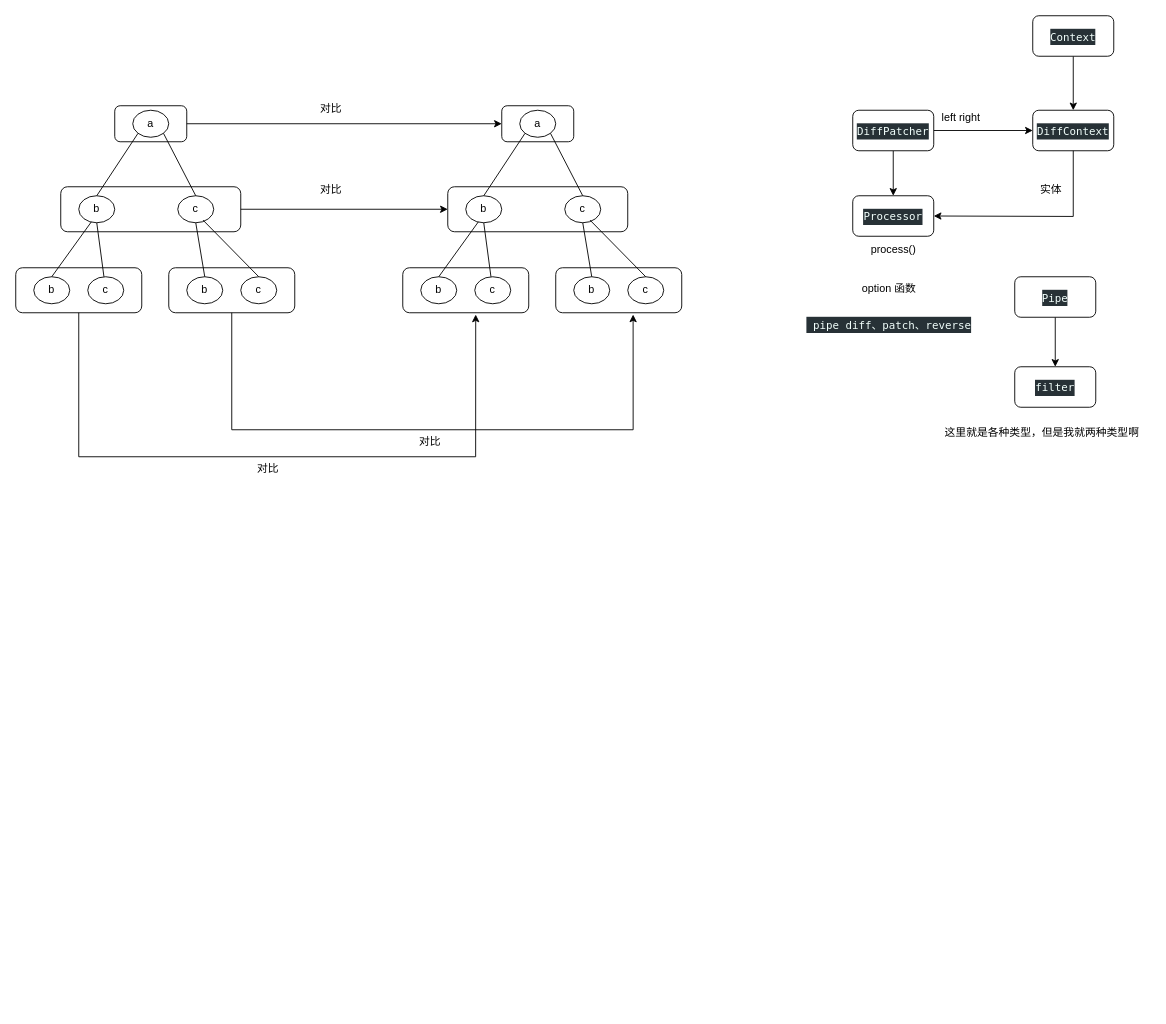
Above: 协同编辑.drawio in yuxinyu12345/diagrams (draw.io), before the change. Source tidied: cells renumbered, new cells numbered last; positions are measured from the earlier drawing's top-left corner, leaving out a move shared by most shapes. Both pictures are drawn from the tidied source at 90%, with x=0, y=0 at pixel (15, 15).
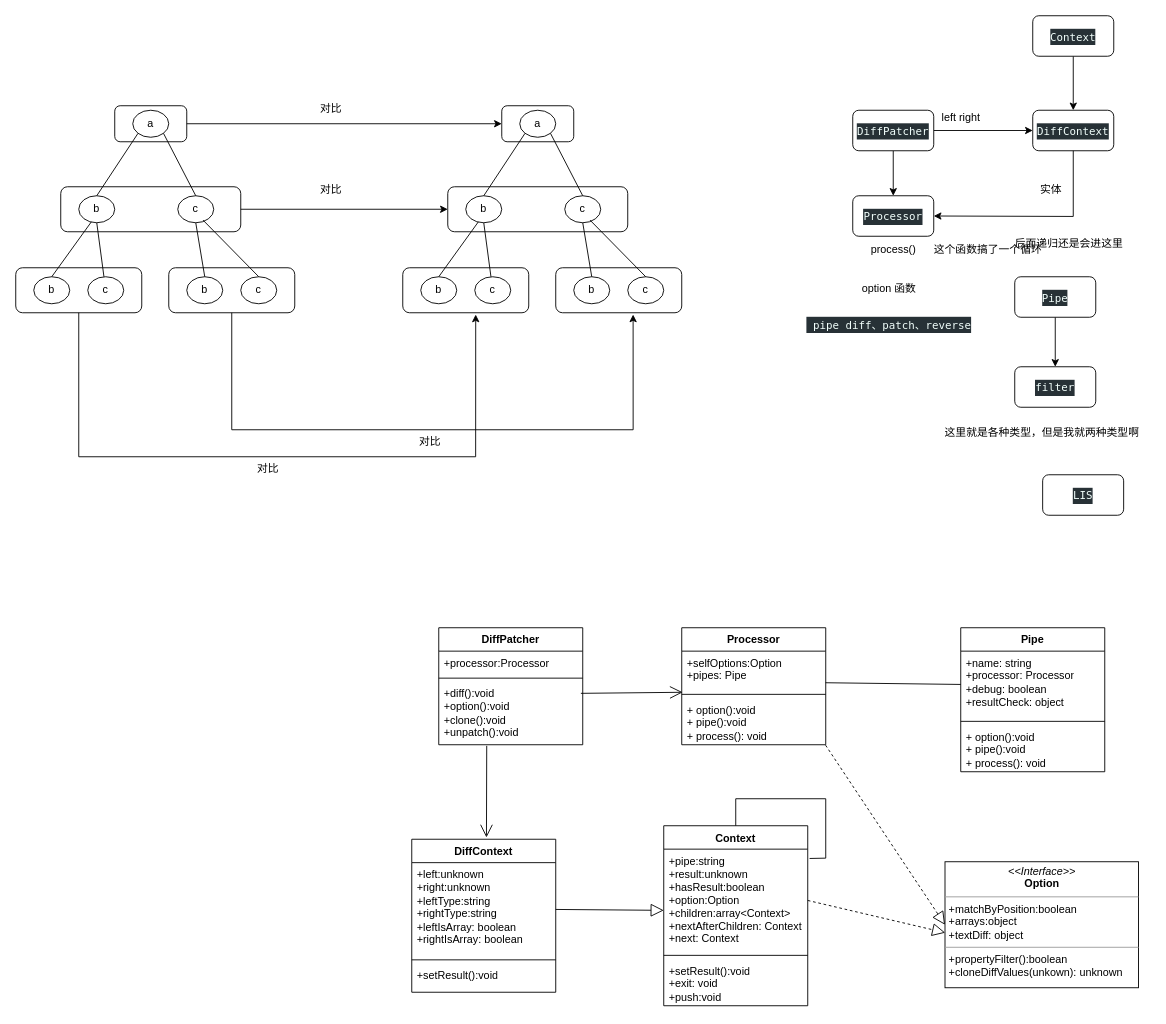
The same page after the edit.

Commit message:
更新协同编辑.drawio

What changed in the source:
```diff
@@
+    <mxCell id="61" value="这个函数搞了一个循环" style="text;html=1;align=center;verticalAlign=middle;strokeColor=none;fillColor=none;" parent="1" vertex="1">
+      <mxGeometry x="1010" y="245" width="140" height="30" as="geometry" />
+    </mxCell>
+    <mxCell id="62" value="后面递归还是会进这里" style="text;html=1;align=center;verticalAlign=middle;strokeColor=none;fillColor=none;" parent="1" vertex="1">
+      <mxGeometry x="1100" y="238" width="140" height="30" as="geometry" />
+    </mxCell>
+    <mxCell id="63" value="&lt;div style=&quot;color: rgb(242, 255, 252); background-color: rgb(39, 49, 54); font-family: Menlo, Monaco, &amp;quot;Courier New&amp;quot;, monospace; line-height: 18px;&quot;&gt;&lt;div style=&quot;line-height: 18px;&quot;&gt;&lt;div style=&quot;line-height: 18px;&quot;&gt;LIS&lt;/div&gt;&lt;/div&gt;&lt;/div&gt;" style="rounded=1;whiteSpace=wrap;html=1;" parent="1" vertex="1">
+      <mxGeometry x="1141" y="510" width="90" height="45" as="geometry" />
+    </mxCell>
+    <mxCell id="64" value="DiffPatcher" style="swimlane;fontStyle=1;align=center;verticalAlign=top;horizontal=1;startSize=26;whiteSpace=wrap;html=1;" parent="1" vertex="1">
+      <mxGeometry x="470" y="680" width="160" height="130" as="geometry" />
+    </mxCell>
+    <mxCell id="65" value="+processor:Processor" style="text;strokeColor=none;fillColor=none;align=left;verticalAlign=top;spacingLeft=4;spacingRight=4;overflow=hidden;whiteSpace=wrap;html=1;" parent="64" vertex="1">
+      <mxGeometry y="26" width="160" height="26" as="geometry" />
+    </mxCell>
+    <mxCell id="66" style="line;strokeWidth=1;fillColor=none;align=left;verticalAlign=middle;spacingTop=-1;spacingLeft=3;spacingRight=3;labelPosition=right;strokeColor=inherit;" parent="64" vertex="1">
+      <mxGeometry y="52" width="160" height="8" as="geometry" />
+    </mxCell>
+    <mxCell id="67" value="+diff():void&lt;br&gt;+option():void&lt;br&gt;+clone():void&lt;br&gt;+unpatch():void" style="text;strokeColor=none;fillColor=none;align=left;verticalAlign=top;spacingLeft=4;spacingRight=4;overflow=hidden;points=[[0,0.5],[1,0.5]];portConstraint=eastwest;whiteSpace=wrap;html=1;" parent="64" vertex="1">
+      <mxGeometry y="60" width="160" height="70" as="geometry" />
+    </mxCell>
+    <mxCell id="68" value="Processor" style="swimlane;fontStyle=1;align=center;verticalAlign=top;horizontal=1;startSize=26;whiteSpace=wrap;html=1;" parent="1" vertex="1">
+      <mxGeometry x="740" y="680" width="160" height="130" as="geometry" />
+    </mxCell>
+    <mxCell id="69" value="+selfOptions:Option&lt;br&gt;+pipes&lt;span style=&quot;background-color: initial;&quot;&gt;:&amp;nbsp;&lt;/span&gt;Pipe" style="text;strokeColor=none;fillColor=none;align=left;verticalAlign=top;spacingLeft=4;spacingRight=4;overflow=hidden;points=[[0,0.5],[1,0.5]];portConstraint=eastwest;whiteSpace=wrap;html=1;" parent="68" vertex="1">
+      <mxGeometry y="26" width="160" height="44" as="geometry" />
+    </mxCell>
+    <mxCell id="70" style="line;strokeWidth=1;fillColor=none;align=left;verticalAlign=middle;spacingTop=-1;spacingLeft=3;spacingRight=3;labelPosition=right;points=[];portConstraint=eastwest;strokeColor=inherit;" parent="68" vertex="1">
+      <mxGeometry y="70" width="160" height="8" as="geometry" />
+    </mxCell>
+    <mxCell id="71" value="+ option():void&lt;br&gt;+ pipe&lt;span style=&quot;background-color: initial;&quot;&gt;():void&lt;/span&gt;&lt;br&gt;+ process&lt;span style=&quot;background-color: initial;&quot;&gt;(): void&lt;/span&gt;" style="text;strokeColor=none;fillColor=none;align=left;verticalAlign=top;spacingLeft=4;spacingRight=4;overflow=hidden;points=[[0,0.5],[1,0.5]];portConstraint=eastwest;whiteSpace=wrap;html=1;" parent="68" vertex="1">
+      <mxGeometry y="78" width="160" height="52" as="geometry" />
+    </mxCell>
+    <mxCell id="72" value="DiffContext" style="swimlane;fontStyle=1;align=center;verticalAlign=top;horizontal=1;startSize=26;whiteSpace=wrap;html=1;" parent="1" vertex="1">
+      <mxGeometry x="440" y="915" width="160" height="170" as="geometry" />
+    </mxCell>
+    <mxCell id="73" value="+left:unknown&lt;br&gt;+right&lt;span style=&quot;background-color: initial;&quot;&gt;:unknown&lt;/span&gt;&lt;br&gt;+leftType&lt;span style=&quot;background-color: initial;&quot;&gt;:string&lt;/span&gt;&lt;br&gt;+rightType:string&lt;br&gt;+leftIsArray: boolean&lt;br&gt;&lt;span style=&quot;border-color: var(--border-color); background-color: initial;&quot;&gt;+rightIsArray: boolean&lt;/span&gt;&lt;span style=&quot;background-color: initial;&quot;&gt;&lt;br&gt;&lt;/span&gt;" style="text;strokeColor=none;fillColor=none;align=left;verticalAlign=top;spacingLeft=4;spacingRight=4;overflow=hidden;points=[[0,0.5],[1,0.5]];portConstraint=eastwest;whiteSpace=wrap;html=1;" parent="72" vertex="1">
+      <mxGeometry y="26" width="160" height="104" as="geometry" />
+    </mxCell>
+    <mxCell id="74" style="line;strokeWidth=1;fillColor=none;align=left;verticalAlign=middle;spacingTop=-1;spacingLeft=3;spacingRight=3;labelPosition=right;strokeColor=inherit;" parent="72" vertex="1">
+      <mxGeometry y="130" width="160" height="8" as="geometry" />
+    </mxCell>
+    <mxCell id="75" value="+setResult&lt;span style=&quot;background-color: initial;&quot;&gt;():void&lt;/span&gt;&lt;br&gt;" style="text;strokeColor=none;fillColor=none;align=left;verticalAlign=top;spacingLeft=4;spacingRight=4;overflow=hidden;whiteSpace=wrap;html=1;" parent="72" vertex="1">
+      <mxGeometry y="138" width="160" height="32" as="geometry" />
+    </mxCell>
+    <mxCell id="76" value="Context" style="swimlane;fontStyle=1;align=center;verticalAlign=top;horizontal=1;startSize=26;whiteSpace=wrap;html=1;" parent="1" vertex="1">
+      <mxGeometry x="720" y="900" width="160" height="200" as="geometry" />
+    </mxCell>
+    <mxCell id="77" value="+pipe&lt;span style=&quot;background-color: initial;&quot;&gt;:string&lt;/span&gt;&lt;br&gt;+result&lt;span style=&quot;background-color: initial;&quot;&gt;:unknown&lt;/span&gt;&lt;br&gt;+hasResult:boolean&lt;br&gt;+option:Option&lt;br&gt;+children&lt;span style=&quot;background-color: initial;&quot;&gt;:array&amp;lt;Context&amp;gt;&lt;/span&gt;&lt;br&gt;&lt;span style=&quot;border-color: var(--border-color); background-color: initial;&quot;&gt;+nextAfterChildren: Context&lt;br&gt;&lt;/span&gt;&lt;span style=&quot;background-color: initial;&quot;&gt;+next: Context&lt;br&gt;&lt;/span&gt;" style="text;strokeColor=none;fillColor=none;align=left;verticalAlign=top;spacingLeft=4;spacingRight=4;overflow=hidden;points=[[0,0.5],[1,0.5]];portConstraint=eastwest;whiteSpace=wrap;html=1;" parent="76" vertex="1">
+      <mxGeometry y="26" width="160" height="114" as="geometry" />
+    </mxCell>
+    <mxCell id="78" style="line;strokeWidth=1;fillColor=none;align=left;verticalAlign=middle;spacingTop=-1;spacingLeft=3;spacingRight=3;labelPosition=right;strokeColor=inherit;" parent="76" vertex="1">
+      <mxGeometry y="140" width="160" height="8" as="geometry" />
+    </mxCell>
+    <mxCell id="79" value="+setResult&lt;span style=&quot;background-color: initial;&quot;&gt;():void&lt;br&gt;&lt;/span&gt;+exit: void&lt;br&gt;+push:void" style="text;strokeColor=none;fillColor=none;align=left;verticalAlign=top;spacingLeft=4;spacingRight=4;overflow=hidden;whiteSpace=wrap;html=1;" parent="76" vertex="1">
+      <mxGeometry y="148" width="160" height="52" as="geometry" />
+    </mxCell>
+    <mxCell id="80" style="endArrow=none;html=1;rounded=0;entryX=0.5;entryY=0;entryDx=0;entryDy=0;exitX=1.013;exitY=0.091;exitDx=0;exitDy=0;exitPerimeter=0;" parent="76" edge="1" source="77" target="76">
+      <mxGeometry relative="1" as="geometry">
+        <Array as="points">
+          <mxPoint x="180" y="36" />
+          <mxPoint x="180" y="-30" />
+          <mxPoint x="80" y="-30" />
+        </Array>
+      </mxGeometry>
+    </mxCell>
+    <mxCell id="81" value="Pipe" style="swimlane;fontStyle=1;align=center;verticalAlign=top;horizontal=1;startSize=26;whiteSpace=wrap;html=1;" parent="1" vertex="1">
+      <mxGeometry x="1050" y="680" width="160" height="160" as="geometry" />
+    </mxCell>
+    <mxCell id="82" value="+name: string&lt;br&gt;+processor&lt;span style=&quot;background-color: initial;&quot;&gt;:&lt;/span&gt;&amp;nbsp;Processor&lt;br&gt;+debug: boolean&lt;br&gt;+resultCheck: object" style="text;strokeColor=none;fillColor=none;align=left;verticalAlign=top;spacingLeft=4;spacingRight=4;overflow=hidden;points=[[0,0.5],[1,0.5]];portConstraint=eastwest;whiteSpace=wrap;html=1;" parent="81" vertex="1">
+      <mxGeometry y="26" width="160" height="74" as="geometry" />
+    </mxCell>
+    <mxCell id="83" style="line;strokeWidth=1;fillColor=none;align=left;verticalAlign=middle;spacingTop=-1;spacingLeft=3;spacingRight=3;labelPosition=right;strokeColor=inherit;" parent="81" vertex="1">
+      <mxGeometry y="100" width="160" height="8" as="geometry" />
+    </mxCell>
+    <mxCell id="84" value="+ option():void&lt;br&gt;+ pipe&lt;span style=&quot;background-color: initial;&quot;&gt;():void&lt;/span&gt;&lt;br&gt;+ process&lt;span style=&quot;background-color: initial;&quot;&gt;(): void&lt;/span&gt;" style="text;strokeColor=none;fillColor=none;align=left;verticalAlign=top;spacingLeft=4;spacingRight=4;overflow=hidden;whiteSpace=wrap;html=1;" parent="81" vertex="1">
+      <mxGeometry y="108" width="160" height="52" as="geometry" />
+    </mxCell>
+    <mxCell id="85" value="&lt;p style=&quot;margin:0px;margin-top:4px;text-align:center;&quot;&gt;&lt;i&gt;&amp;lt;&amp;lt;Interface&amp;gt;&amp;gt;&lt;/i&gt;&lt;br&gt;&lt;b&gt;Option&lt;/b&gt;&lt;/p&gt;&lt;hr size=&quot;1&quot;&gt;&lt;p style=&quot;margin:0px;margin-left:4px;&quot;&gt;+matchByPosition&lt;span style=&quot;background-color: initial;&quot;&gt;:boolean&lt;/span&gt;&lt;/p&gt;&lt;p style=&quot;margin:0px;margin-left:4px;&quot;&gt;+arrays&lt;span style=&quot;background-color: initial;&quot;&gt;:object&lt;/span&gt;&lt;/p&gt;&lt;p style=&quot;margin:0px;margin-left:4px;&quot;&gt;&lt;span style=&quot;background-color: initial;&quot;&gt;+&lt;/span&gt;textDiff: object&lt;/p&gt;&lt;hr size=&quot;1&quot;&gt;&lt;p style=&quot;margin:0px;margin-left:4px;&quot;&gt;+propertyFilter&lt;span style=&quot;background-color: initial;&quot;&gt;():boolean&lt;/span&gt;&lt;/p&gt;&lt;p style=&quot;margin:0px;margin-left:4px;&quot;&gt;+cloneDiffValues&lt;span style=&quot;background-color: initial;&quot;&gt;(unkown):&amp;nbsp;&lt;/span&gt;unknown&lt;/p&gt;" style="verticalAlign=top;align=left;overflow=fill;fontSize=12;fontFamily=Helvetica;html=1;whiteSpace=wrap;" parent="1" vertex="1">
+      <mxGeometry x="1032.5" y="940" width="215" height="140" as="geometry" />
+    </mxCell>
+    <mxCell id="86" style="endArrow=block;dashed=1;endFill=0;endSize=12;html=1;rounded=0;exitX=0.999;exitY=1.01;exitDx=0;exitDy=0;entryX=0;entryY=0.5;entryDx=0;entryDy=0;exitPerimeter=0;" parent="1" edge="1" source="71" target="85">
+      <mxGeometry relative="1" as="geometry" />
+    </mxCell>
+    <mxCell id="87" style="endArrow=block;dashed=1;endFill=0;endSize=12;html=1;rounded=0;exitX=1;exitY=0.5;exitDx=0;exitDy=0;entryX=0.001;entryY=0.563;entryDx=0;entryDy=0;entryPerimeter=0;" parent="1" edge="1" source="77" target="85">
+      <mxGeometry relative="1" as="geometry" />
+    </mxCell>
+    <mxCell id="88" style="endArrow=open;endFill=1;endSize=12;html=1;rounded=0;exitX=0.987;exitY=0.184;exitDx=0;exitDy=0;exitPerimeter=0;entryX=0.006;entryY=0.213;entryDx=0;entryDy=0;entryPerimeter=0;" parent="1" edge="1" source="67" target="70">
+      <mxGeometry relative="1" as="geometry" />
+    </mxCell>
+    <mxCell id="89" style="endArrow=block;endFill=0;endSize=12;html=1;rounded=0;exitX=1;exitY=0.5;exitDx=0;exitDy=0;" parent="1" edge="1" source="73">
+      <mxGeometry relative="1" as="geometry">
+        <mxPoint x="720" y="994" as="targetPoint" />
+      </mxGeometry>
+    </mxCell>
+    <mxCell id="90" style="endArrow=open;endFill=1;endSize=12;html=1;rounded=0;exitX=0.333;exitY=0.974;exitDx=0;exitDy=0;exitPerimeter=0;" parent="1" edge="1">
+      <mxGeometry relative="1" as="geometry">
+        <mxPoint x="523.3" y="811.2" as="sourcePoint" />
+        <mxPoint x="523" y="913" as="targetPoint" />
+      </mxGeometry>
+    </mxCell>
+    <mxCell id="91" style="endArrow=none;html=1;rounded=0;entryX=0;entryY=0.5;entryDx=0;entryDy=0;exitX=0.999;exitY=0.798;exitDx=0;exitDy=0;exitPerimeter=0;" parent="1" edge="1" source="69" target="82">
+      <mxGeometry relative="1" as="geometry" />
+    </mxCell>
```
